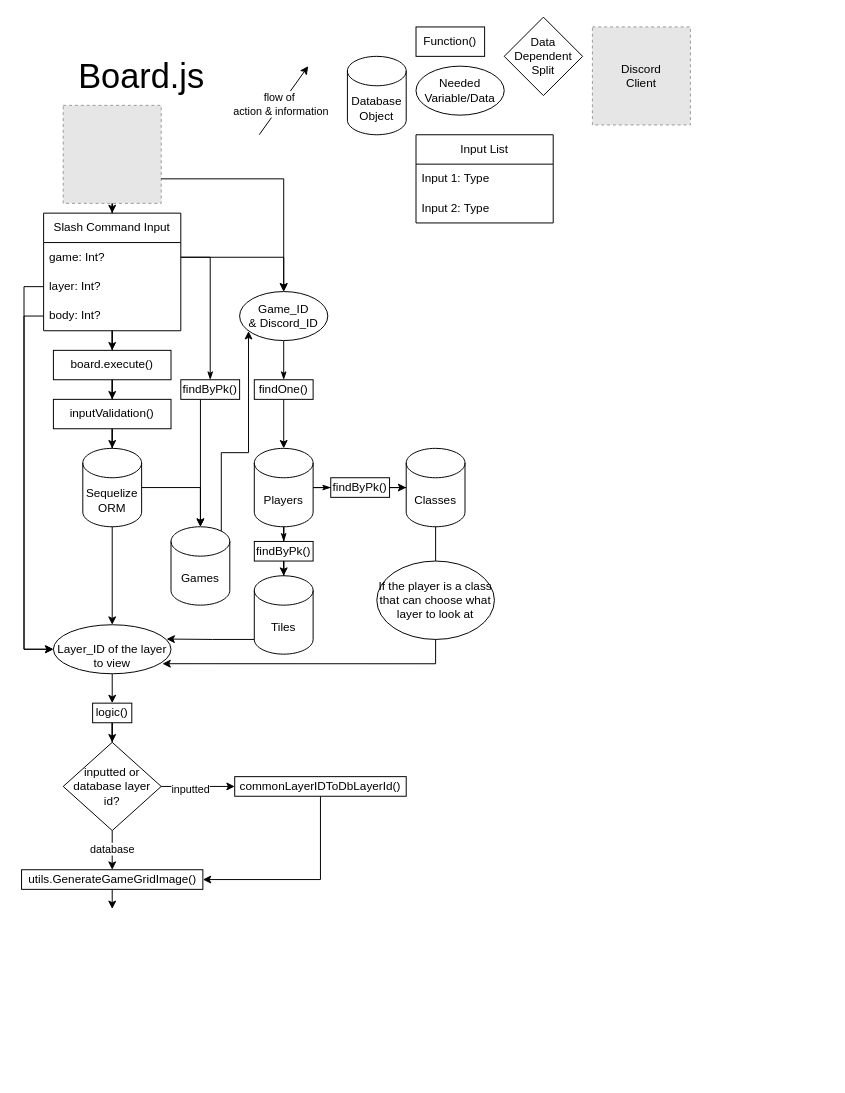
Before: DeclutteredAttempt1/commands/Diagrams/board.drawio in SnageTheSnakeMage/discordLegacyBot, a draw.io diagram. Source tidied: cells renumbered, new cells numbered last; positions are measured from the earlier drawing's top-left corner, leaving out a move shared by most shapes. Both pictures are drawn from the tidied source at 98%, with x=0, y=0 at pixel (22, 17). Pictures stored in the file or linked from it are replaced by grey dashed boxes.
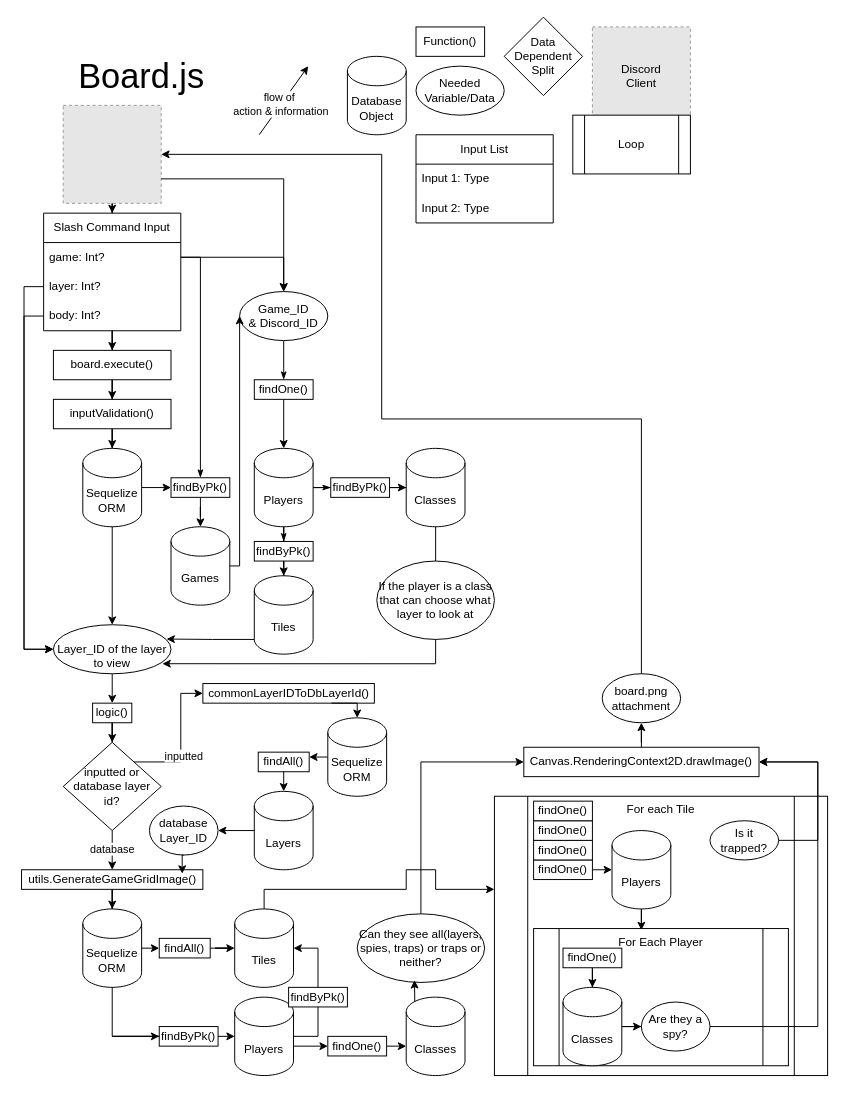
After the change.

Commit message:
finish boardjs diagram

The change refers to these unchanged cells:
```xml
<mxCell id="4" style="fillColor=#E6E6E6;strokeColor=#999999;dashed=1;verticalLabelPosition=bottom;verticalAlign=top;labelBackgroundColor=#f5f5f5;" parent="1" vertex="1">
  <mxGeometry x="42" y="90" width="100" height="100" as="geometry" />
</mxCell>
<mxCell id="15" value="Sequelize&lt;div&gt;ORM&lt;/div&gt;" style="shape=cylinder3;whiteSpace=wrap;html=1;boundedLbl=1;backgroundOutline=1;size=15;" parent="1" vertex="1">
  <mxGeometry x="62" y="440" width="60" height="80" as="geometry" />
</mxCell>
<mxCell id="37" value="Games" style="shape=cylinder3;whiteSpace=wrap;html=1;boundedLbl=1;backgroundOutline=1;size=15;" parent="1" vertex="1">
  <mxGeometry x="152" y="520" width="60" height="80" as="geometry" />
</mxCell>
<mxCell id="40" value="Game_ID &amp;amp;&amp;nbsp;&lt;span style=&quot;background-color: transparent; color: light-dark(rgb(0, 0, 0), rgb(255, 255, 255));&quot;&gt;Discord_ID&lt;/span&gt;" style="ellipse;whiteSpace=wrap;html=1;shapeInside=1;" parent="1" vertex="1">
  <mxGeometry x="222" y="280" width="90" height="50" as="geometry" />
</mxCell>
<mxCell id="61" value="inputted or database layer id?" style="rhombus;whiteSpace=wrap;html=1;shapeInside=1;rounded=0;" parent="1" vertex="1">
  <mxGeometry x="42" y="740" width="100" height="90" as="geometry" />
</mxCell>
<mxCell id="63" value="utils.GenerateGameGridImage()" style="whiteSpace=wrap;html=1;rounded=0;" parent="1" vertex="1">
  <mxGeometry x="-0.5" y="870" width="185" height="20" as="geometry" />
</mxCell>
```

Diff of the diagram source:
```diff
@@
+    <mxCell id="66" value="For each Tile" style="shape=process;whiteSpace=wrap;html=1;backgroundOutline=1;verticalAlign=top;" parent="1" vertex="1">
+      <mxGeometry x="482" y="795" width="340" height="285" as="geometry" />
+    </mxCell>
@@
+    <mxCell id="67" style="edgeStyle=orthogonalEdgeStyle;rounded=0;jettySize=auto;html=1;exitX=1;exitY=0.5;exitDx=0;exitDy=0;exitPerimeter=0;entryX=0;entryY=0.5;entryDx=0;entryDy=0;" parent="1" edge="1" source="15" target="44">
+      <mxGeometry relative="1" as="geometry" />
+    </mxCell>
@@
-    <mxCell id="36" style="edgeStyle=orthogonalEdgeStyle;rounded=0;jettySize=auto;html=1;" parent="1" edge="1" source="15" target="37">
-      <mxGeometry relative="1" as="geometry">
-        <Array as="points">
-          <mxPoint x="182" y="480" />
-        </Array>
-      </mxGeometry>
-    </mxCell>
@@
-    <mxCell id="41" style="edgeStyle=orthogonalEdgeStyle;rounded=0;jettySize=auto;html=1;exitX=0.855;exitY=0;exitDx=0;exitDy=4.35;exitPerimeter=0;entryX=0.101;entryY=0.807;entryDx=0;entryDy=0;entryPerimeter=0;" parent="1" edge="1" source="37" target="40">
+    <mxCell id="41" style="edgeStyle=orthogonalEdgeStyle;rounded=0;jettySize=auto;html=1;exitX=1;exitY=0.5;exitDx=0;exitDy=0;exitPerimeter=0;entryX=0;entryY=0.5;entryDx=0;entryDy=0;" parent="1" edge="1" source="37" target="40">
       <mxGeometry relative="1" as="geometry">
         <Array as="points">
-          <mxPoint x="203.3" y="444.4" />
-          <mxPoint x="231.1" y="444.4" />
+          <mxPoint x="222" y="560" />
         </Array>
       </mxGeometry>
     </mxCell>
@@
-    <mxCell id="43" style="edgeStyle=orthogonalEdgeStyle;rounded=0;jettySize=auto;html=1;exitX=0.334;exitY=1;exitDx=0;exitDy=0;exitPerimeter=0;" parent="1" edge="1" source="44" target="37">
+    <mxCell id="43" style="edgeStyle=orthogonalEdgeStyle;rounded=0;jettySize=auto;html=1;exitX=0.5;exitY=1;exitDx=0;exitDy=0;" parent="1" edge="1" source="44" target="37">
       <mxGeometry relative="1" as="geometry" />
     </mxCell>
-    <mxCell id="44" value="findByPk()" style="rounded=0;whiteSpace=wrap;html=1;" parent="1" vertex="1">
-      <mxGeometry x="162" y="370" width="60" height="20" as="geometry" />
-    </mxCell>
@@
     <mxCell id="59" style="edgeStyle=orthogonalEdgeStyle;rounded=0;jettySize=auto;html=1;" parent="1" edge="1" source="61" target="65">
-      <mxGeometry relative="1" as="geometry" />
+      <mxGeometry relative="1" as="geometry">
+        <Array as="points">
+          <mxPoint x="162" y="760" />
+          <mxPoint x="162" y="690" />
+        </Array>
+      </mxGeometry>
     </mxCell>
@@
-    <mxCell id="62" style="edgeStyle=orthogonalEdgeStyle;rounded=0;jettySize=auto;html=1;" parent="1" edge="1" source="63">
-      <mxGeometry relative="1" as="geometry">
-        <mxPoint x="92" y="910" as="targetPoint" />
-      </mxGeometry>
-    </mxCell>
+    <mxCell id="68" style="edgeStyle=orthogonalEdgeStyle;rounded=0;jettySize=auto;html=1;" parent="1" edge="1" source="63" target="72">
+      <mxGeometry relative="1" as="geometry" />
+    </mxCell>
@@
-    <mxCell id="64" style="edgeStyle=orthogonalEdgeStyle;rounded=0;jettySize=auto;html=1;exitX=0.5;exitY=1;exitDx=0;exitDy=0;entryX=1;entryY=0.5;entryDx=0;entryDy=0;" parent="1" edge="1" source="65" target="63">
-      <mxGeometry relative="1" as="geometry" />
-    </mxCell>
     <mxCell id="65" value="commonLayerIDToDbLayerId()" style="whiteSpace=wrap;html=1;rounded=0;" parent="1" vertex="1">
-      <mxGeometry x="217" y="775" width="175" height="20" as="geometry" />
+      <mxGeometry x="184.5" y="680" width="175" height="20" as="geometry" />
     </mxCell>
+    <mxCell id="44" value="findByPk()" style="rounded=0;whiteSpace=wrap;html=1;" parent="1" vertex="1">
+      <mxGeometry x="152" y="470" width="60" height="20" as="geometry" />
+    </mxCell>
+    <mxCell id="69" style="edgeStyle=orthogonalEdgeStyle;rounded=0;jettySize=auto;html=1;" parent="1" edge="1" source="76" target="75">
+      <mxGeometry relative="1" as="geometry" />
+    </mxCell>
+    <mxCell id="70" style="edgeStyle=orthogonalEdgeStyle;rounded=0;jettySize=auto;html=1;exitX=1;exitY=0.5;exitDx=0;exitDy=0;exitPerimeter=0;entryX=0;entryY=0.5;entryDx=0;entryDy=0;" parent="1" edge="1" source="72" target="76">
+      <mxGeometry relative="1" as="geometry" />
+    </mxCell>
+    <mxCell id="71" style="edgeStyle=orthogonalEdgeStyle;rounded=0;jettySize=auto;html=1;entryX=0;entryY=0.5;entryDx=0;entryDy=0;entryPerimeter=0;" parent="1" edge="1" source="80" target="78">
+      <mxGeometry relative="1" as="geometry">
+        <Array as="points">
+          <mxPoint x="92" y="1040" />
+        </Array>
+      </mxGeometry>
+    </mxCell>
+    <mxCell id="72" value="Sequelize&lt;div&gt;ORM&lt;/div&gt;" style="shape=cylinder3;whiteSpace=wrap;html=1;boundedLbl=1;backgroundOutline=1;size=15;" parent="1" vertex="1">
+      <mxGeometry x="62" y="910" width="60" height="80" as="geometry" />
+    </mxCell>
+    <mxCell id="73" style="edgeStyle=orthogonalEdgeStyle;rounded=0;jettySize=auto;html=1;exitX=1;exitY=0.5;exitDx=0;exitDy=0;entryX=0;entryY=0.5;entryDx=0;entryDy=0;entryPerimeter=0;" parent="1" edge="1" source="92" target="91">
+      <mxGeometry relative="1" as="geometry" />
+    </mxCell>
+    <mxCell id="74" style="edgeStyle=orthogonalEdgeStyle;rounded=0;jettySize=auto;html=1;exitX=0.5;exitY=0;exitDx=0;exitDy=0;exitPerimeter=0;" parent="1" edge="1" source="75" target="66">
+      <mxGeometry relative="1" as="geometry">
+        <Array as="points">
+          <mxPoint x="247" y="890" />
+          <mxPoint x="392" y="890" />
+          <mxPoint x="392" y="870" />
+          <mxPoint x="422" y="870" />
+          <mxPoint x="422" y="890" />
+        </Array>
+      </mxGeometry>
+    </mxCell>
+    <mxCell id="75" value="Tiles" style="shape=cylinder3;whiteSpace=wrap;html=1;boundedLbl=1;backgroundOutline=1;size=15;" parent="1" vertex="1">
+      <mxGeometry x="217" y="910" width="60" height="80" as="geometry" />
+    </mxCell>
+    <mxCell id="76" value="findAll()" style="rounded=0;whiteSpace=wrap;html=1;" parent="1" vertex="1">
+      <mxGeometry x="140" y="940" width="52" height="20" as="geometry" />
+    </mxCell>
+    <mxCell id="77" style="edgeStyle=orthogonalEdgeStyle;rounded=0;orthogonalLoop=1;jettySize=auto;html=1;innerLoopWaypoints=1;exitX=0.5;exitY=1;exitDx=0;exitDy=0;exitPerimeter=0;" parent="1" edge="1" source="72" target="72">
+      <mxGeometry relative="1" as="geometry" />
+    </mxCell>
+    <mxCell id="78" value="Players" style="shape=cylinder3;whiteSpace=wrap;html=1;boundedLbl=1;backgroundOutline=1;size=15;" parent="1" vertex="1">
+      <mxGeometry x="217" y="1000" width="60" height="80" as="geometry" />
+    </mxCell>
+    <mxCell id="79" style="edgeStyle=orthogonalEdgeStyle;rounded=0;jettySize=auto;html=1;entryX=0;entryY=0.5;entryDx=0;entryDy=0;entryPerimeter=0;" parent="1" edge="1" source="72" target="80">
+      <mxGeometry relative="1" as="geometry">
+        <Array as="points">
+          <mxPoint x="92" y="1040" />
+        </Array>
+      </mxGeometry>
+    </mxCell>
+    <mxCell id="80" value="findByPk()" style="rounded=0;whiteSpace=wrap;html=1;" parent="1" vertex="1">
+      <mxGeometry x="140" y="1030" width="60" height="20" as="geometry" />
+    </mxCell>
+    <mxCell id="81" style="edgeStyle=orthogonalEdgeStyle;rounded=0;jettySize=auto;html=1;exitX=1;exitY=0.5;exitDx=0;exitDy=0;exitPerimeter=0;entryX=1;entryY=0.5;entryDx=0;entryDy=0;entryPerimeter=0;" parent="1" edge="1" source="83" target="75">
+      <mxGeometry relative="1" as="geometry">
+        <Array as="points">
+          <mxPoint x="302" y="1000" />
+          <mxPoint x="302" y="950" />
+        </Array>
+      </mxGeometry>
+    </mxCell>
+    <mxCell id="82" style="edgeStyle=orthogonalEdgeStyle;rounded=0;jettySize=auto;html=1;exitX=1;exitY=0.5;exitDx=0;exitDy=0;exitPerimeter=0;entryX=1;entryY=0.5;entryDx=0;entryDy=0;entryPerimeter=0;" parent="1" edge="1" source="78" target="83">
+      <mxGeometry relative="1" as="geometry">
+        <Array as="points">
+          <mxPoint x="302" y="1040" />
+          <mxPoint x="302" y="1000" />
+        </Array>
+      </mxGeometry>
+    </mxCell>
+    <mxCell id="83" value="findByPk()" style="rounded=0;whiteSpace=wrap;html=1;" parent="1" vertex="1">
+      <mxGeometry x="272" y="990" width="60" height="20" as="geometry" />
+    </mxCell>
+    <mxCell id="84" value="Classes" style="shape=cylinder3;whiteSpace=wrap;html=1;boundedLbl=1;backgroundOutline=1;size=15;" parent="1" vertex="1">
+      <mxGeometry x="392" y="1000" width="60" height="80" as="geometry" />
+    </mxCell>
+    <mxCell id="85" style="edgeStyle=orthogonalEdgeStyle;rounded=0;jettySize=auto;html=1;exitX=1;exitY=0;exitDx=0;exitDy=52.5;exitPerimeter=0;entryX=0;entryY=0.5;entryDx=0;entryDy=0;" parent="1" edge="1" source="78" target="87">
+      <mxGeometry relative="1" as="geometry">
+        <Array as="points">
+          <mxPoint x="277" y="1050" />
+        </Array>
+      </mxGeometry>
+    </mxCell>
+    <mxCell id="86" style="edgeStyle=orthogonalEdgeStyle;rounded=0;jettySize=auto;html=1;entryX=-0.001;entryY=0.63;entryDx=0;entryDy=0;entryPerimeter=0;" parent="1" edge="1" source="87" target="84">
+      <mxGeometry relative="1" as="geometry" />
+    </mxCell>
+    <mxCell id="87" value="findOne()" style="rounded=0;whiteSpace=wrap;html=1;" parent="1" vertex="1">
+      <mxGeometry x="312" y="1040" width="60" height="20" as="geometry" />
+    </mxCell>
+    <mxCell id="88" style="edgeStyle=orthogonalEdgeStyle;rounded=0;jettySize=auto;html=1;exitX=0.5;exitY=0;exitDx=0;exitDy=0;entryX=0;entryY=0.5;entryDx=0;entryDy=0;" parent="1" edge="1" source="89" target="108">
+      <mxGeometry relative="1" as="geometry" />
+    </mxCell>
+    <mxCell id="89" value="Can they see all(layers, spies, traps) or traps or neither?" style="ellipse;whiteSpace=wrap;html=1;shapeInside=1;" parent="1" vertex="1">
+      <mxGeometry x="342" y="915" width="130" height="70" as="geometry" />
+    </mxCell>
+    <mxCell id="90" style="edgeStyle=orthogonalEdgeStyle;rounded=0;jettySize=auto;html=1;entryX=0.423;entryY=0.012;entryDx=0;entryDy=0;entryPerimeter=0;" parent="1" edge="1" source="91" target="97">
+      <mxGeometry relative="1" as="geometry" />
+    </mxCell>
+    <mxCell id="91" value="Players" style="shape=cylinder3;whiteSpace=wrap;html=1;boundedLbl=1;backgroundOutline=1;size=15;" parent="1" vertex="1">
+      <mxGeometry x="602" y="830" width="60" height="80" as="geometry" />
+    </mxCell>
+    <mxCell id="92" value="findOne()" style="rounded=0;whiteSpace=wrap;html=1;" parent="1" vertex="1">
+      <mxGeometry x="522" y="860" width="60" height="20" as="geometry" />
+    </mxCell>
+    <mxCell id="93" value="findOne()" style="rounded=0;whiteSpace=wrap;html=1;" parent="1" vertex="1">
+      <mxGeometry x="522" y="840" width="60" height="20" as="geometry" />
+    </mxCell>
+    <mxCell id="94" value="findOne()" style="rounded=0;whiteSpace=wrap;html=1;" parent="1" vertex="1">
+      <mxGeometry x="522" y="820" width="60" height="20" as="geometry" />
+    </mxCell>
+    <mxCell id="95" value="findOne()" style="rounded=0;whiteSpace=wrap;html=1;" parent="1" vertex="1">
+      <mxGeometry x="522" y="800" width="60" height="20" as="geometry" />
+    </mxCell>
+    <mxCell id="96" value="Loop" style="shape=process;whiteSpace=wrap;html=1;backgroundOutline=1;" parent="1" vertex="1">
+      <mxGeometry x="562" y="100" width="120" height="60" as="geometry" />
+    </mxCell>
+    <mxCell id="97" value="For Each Player" style="shape=process;whiteSpace=wrap;html=1;backgroundOutline=1;verticalAlign=top;" parent="1" vertex="1">
+      <mxGeometry x="522" y="930" width="260" height="140" as="geometry" />
+    </mxCell>
+    <mxCell id="98" style="edgeStyle=orthogonalEdgeStyle;rounded=0;jettySize=auto;html=1;" parent="1" edge="1" source="99" target="101">
+      <mxGeometry relative="1" as="geometry" />
+    </mxCell>
+    <mxCell id="99" value="Classes" style="shape=cylinder3;whiteSpace=wrap;html=1;boundedLbl=1;backgroundOutline=1;size=15;" parent="1" vertex="1">
+      <mxGeometry x="552" y="990" width="60" height="80" as="geometry" />
+    </mxCell>
+    <mxCell id="100" style="edgeStyle=orthogonalEdgeStyle;rounded=0;jettySize=auto;html=1;exitX=1;exitY=0.5;exitDx=0;exitDy=0;entryX=1;entryY=0.5;entryDx=0;entryDy=0;" parent="1" edge="1" source="101" target="108">
+      <mxGeometry relative="1" as="geometry">
+        <Array as="points">
+          <mxPoint x="812" y="1030" />
+          <mxPoint x="812" y="760" />
+        </Array>
+      </mxGeometry>
+    </mxCell>
+    <mxCell id="101" value="Are they a spy?" style="ellipse;whiteSpace=wrap;html=1;shapeInside=1;" parent="1" vertex="1">
+      <mxGeometry x="632" y="1005" width="70" height="50" as="geometry" />
+    </mxCell>
+    <mxCell id="102" style="edgeStyle=orthogonalEdgeStyle;rounded=0;jettySize=auto;html=1;" parent="1" edge="1" source="103" target="99">
+      <mxGeometry relative="1" as="geometry" />
+    </mxCell>
+    <mxCell id="103" value="findOne()" style="rounded=0;whiteSpace=wrap;html=1;" parent="1" vertex="1">
+      <mxGeometry x="552" y="950" width="60" height="20" as="geometry" />
+    </mxCell>
+    <mxCell id="104" style="edgeStyle=orthogonalEdgeStyle;rounded=0;jettySize=auto;html=1;exitX=1;exitY=0.5;exitDx=0;exitDy=0;entryX=1;entryY=0.5;entryDx=0;entryDy=0;" parent="1" edge="1" source="105" target="108">
+      <mxGeometry relative="1" as="geometry">
+        <Array as="points">
+          <mxPoint x="812" y="840" />
+          <mxPoint x="812" y="760" />
+        </Array>
+      </mxGeometry>
+    </mxCell>
+    <mxCell id="105" value="Is it trapped?" style="ellipse;whiteSpace=wrap;html=1;shapeInside=1;" parent="1" vertex="1">
+      <mxGeometry x="702" y="820" width="70" height="40" as="geometry" />
+    </mxCell>
+    <mxCell id="106" style="edgeStyle=orthogonalEdgeStyle;rounded=0;jettySize=auto;html=1;exitX=0.145;exitY=0;exitDx=0;exitDy=4.35;exitPerimeter=0;entryX=0.45;entryY=0.967;entryDx=0;entryDy=0;entryPerimeter=0;" parent="1" edge="1" source="84" target="89">
+      <mxGeometry relative="1" as="geometry" />
+    </mxCell>
+    <mxCell id="107" style="edgeStyle=orthogonalEdgeStyle;rounded=0;jettySize=auto;html=1;" parent="1" edge="1" source="108" target="110">
+      <mxGeometry relative="1" as="geometry" />
+    </mxCell>
+    <mxCell id="108" value="Canvas.RenderingContext2D.drawImage()" style="rounded=0;whiteSpace=wrap;html=1;" parent="1" vertex="1">
+      <mxGeometry x="512" y="745" width="240" height="30" as="geometry" />
+    </mxCell>
+    <mxCell id="109" style="edgeStyle=orthogonalEdgeStyle;rounded=0;jettySize=auto;html=1;entryX=1;entryY=0.5;entryDx=0;entryDy=0;" parent="1" edge="1" source="110" target="4">
+      <mxGeometry relative="1" as="geometry">
+        <Array as="points">
+          <mxPoint x="632" y="410" />
+          <mxPoint x="367" y="410" />
+          <mxPoint x="367" y="140" />
+        </Array>
+      </mxGeometry>
+    </mxCell>
+    <mxCell id="110" value="board.png attachment" style="ellipse;whiteSpace=wrap;html=1;shapeInside=1;" parent="1" vertex="1">
+      <mxGeometry x="592" y="670" width="80" height="50" as="geometry" />
+    </mxCell>
+    <mxCell id="111" style="edgeStyle=orthogonalEdgeStyle;rounded=0;jettySize=auto;html=1;exitX=0;exitY=0.5;exitDx=0;exitDy=0;exitPerimeter=0;entryX=1;entryY=0.25;entryDx=0;entryDy=0;" parent="1" edge="1" source="112" target="115">
+      <mxGeometry relative="1" as="geometry" />
+    </mxCell>
+    <mxCell id="112" value="Sequelize&lt;div&gt;ORM&lt;/div&gt;" style="shape=cylinder3;whiteSpace=wrap;html=1;boundedLbl=1;backgroundOutline=1;size=15;" parent="1" vertex="1">
+      <mxGeometry x="312" y="715" width="60" height="80" as="geometry" />
+    </mxCell>
+    <mxCell id="113" style="edgeStyle=orthogonalEdgeStyle;rounded=0;jettySize=auto;html=1;exitX=0;exitY=0.5;exitDx=0;exitDy=0;exitPerimeter=0;entryX=1;entryY=0.5;entryDx=0;entryDy=0;" parent="1" edge="1" source="114" target="118">
+      <mxGeometry relative="1" as="geometry" />
+    </mxCell>
+    <mxCell id="114" value="Layers" style="shape=cylinder3;whiteSpace=wrap;html=1;boundedLbl=1;backgroundOutline=1;size=15;" parent="1" vertex="1">
+      <mxGeometry x="237" y="790" width="60" height="80" as="geometry" />
+    </mxCell>
+    <mxCell id="115" value="findAll()" style="rounded=0;whiteSpace=wrap;html=1;" parent="1" vertex="1">
+      <mxGeometry x="241" y="750" width="52" height="20" as="geometry" />
+    </mxCell>
+    <mxCell id="116" style="edgeStyle=orthogonalEdgeStyle;rounded=0;jettySize=auto;html=1;exitX=0.75;exitY=1;exitDx=0;exitDy=0;entryX=0.5;entryY=0;entryDx=0;entryDy=0;entryPerimeter=0;" parent="1" edge="1" source="65" target="112">
+      <mxGeometry relative="1" as="geometry" />
+    </mxCell>
+    <mxCell id="117" style="edgeStyle=orthogonalEdgeStyle;rounded=0;jettySize=auto;html=1;exitX=0.5;exitY=1;exitDx=0;exitDy=0;entryX=0.5;entryY=0;entryDx=0;entryDy=0;entryPerimeter=0;" parent="1" edge="1" source="115" target="114">
+      <mxGeometry relative="1" as="geometry" />
+    </mxCell>
+    <mxCell id="118" value="database Layer_ID" style="ellipse;whiteSpace=wrap;html=1;shapeInside=1;" parent="1" vertex="1">
+      <mxGeometry x="130" y="805" width="70" height="50" as="geometry" />
+    </mxCell>
+    <mxCell id="119" style="edgeStyle=orthogonalEdgeStyle;rounded=0;jettySize=auto;html=1;exitX=0.5;exitY=1;exitDx=0;exitDy=0;entryX=0.886;entryY=0.2;entryDx=0;entryDy=0;entryPerimeter=0;" parent="1" edge="1" source="118" target="63">
+      <mxGeometry relative="1" as="geometry" />
+    </mxCell>
```
